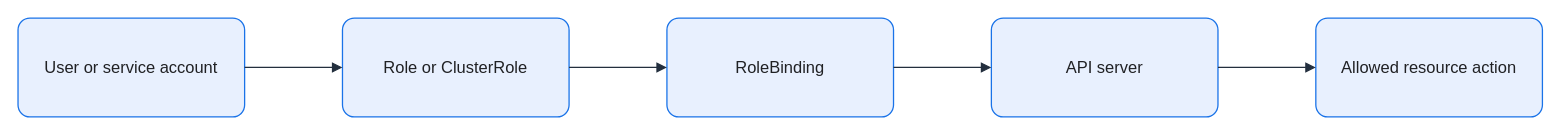
The draw.io diagram assets/img/kubernetes/kubernetes-rbac-binding.drawio in KKamJi98/kkamji98.github.io, before the edit. Source tidied: cells renumbered, new cells numbered last; positions are measured from the earlier drawing's top-left corner, leaving out a move shared by most shapes. Both pictures are drawn from the tidied source at 103%, with x=0, y=0 at pixel (18, 18).
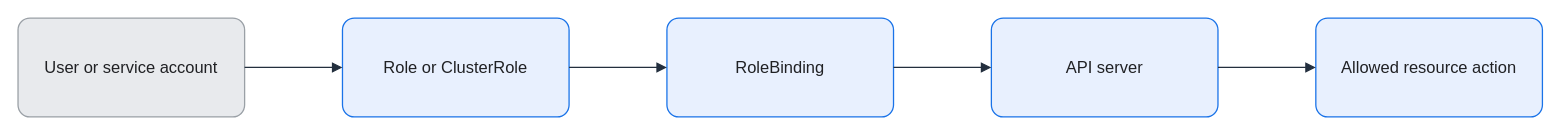
After the change.

The edit, as a diff of the source:
```diff
@@
 <mxGraphModel background="#FFFFFF">
   <root>
     <mxCell id="0" />
     <mxCell id="1" parent="0" />
-    <mxCell id="2" value="User or service account" style="rounded=1;arcSize=12;whiteSpace=wrap;html=0;fillColor=#E8F0FE;strokeColor=#1A73E8;strokeWidth=1.25;fontColor=#202124;fontSize=16;align=center;verticalAlign=middle;spacing=8;shadow=0;" parent="1" vertex="1">
+    <mxCell id="2" value="User or service account" style="rounded=1;arcSize=12;whiteSpace=wrap;html=0;fillColor=#E8EAED;strokeColor=#9AA0A6;strokeWidth=1.25;fontColor=#202124;fontSize=16;align=center;verticalAlign=middle;spacing=8;shadow=0;" parent="1" vertex="1">
       <mxGeometry width="220" height="96" as="geometry" />
     </mxCell>
     <mxCell id="3" value="Role or ClusterRole" style="rounded=1;arcSize=12;whiteSpace=wrap;html=0;fillColor=#E8F0FE;strokeColor=#1A73E8;strokeWidth=1.25;fontColor=#202124;fontSize=16;align=center;verticalAlign=middle;spacing=8;shadow=0;" parent="1" vertex="1">
       <mxGeometry x="315" width="220" height="96" as="geometry" />
     </mxCell>
     <mxCell id="4" value="RoleBinding" style="rounded=1;arcSize=12;whiteSpace=wrap;html=0;fillColor=#E8F0FE;strokeColor=#1A73E8;strokeWidth=1.25;fontColor=#202124;fontSize=16;align=center;verticalAlign=middle;spacing=8;shadow=0;" parent="1" vertex="1">
       <mxGeometry x="630" width="220" height="96" as="geometry" />
     </mxCell>
     <mxCell id="5" value="API server" style="rounded=1;arcSize=12;whiteSpace=wrap;html=0;fillColor=#E8F0FE;strokeColor=#1A73E8;strokeWidth=1.25;fontColor=#202124;fontSize=16;align=center;verticalAlign=middle;spacing=8;shadow=0;" parent="1" vertex="1">
       <mxGeometry x="945" width="220" height="96" as="geometry" />
     </mxCell>
     <mxCell id="6" value="Allowed resource action" style="rounded=1;arcSize=12;whiteSpace=wrap;html=0;fillColor=#E8F0FE;strokeColor=#1A73E8;strokeWidth=1.25;fontColor=#202124;fontSize=16;align=center;verticalAlign=middle;spacing=8;shadow=0;" parent="1" vertex="1">
       <mxGeometry x="1260" width="220" height="96" as="geometry" />
     </mxCell>
     <mxCell id="7" style="edgeStyle=orthogonalEdgeStyle;rounded=0;jettySize=auto;html=0;endArrow=block;endFill=1;strokeColor=#232F3E;strokeWidth=1.25;fontColor=#202124;labelBackgroundColor=none;exitX=1;exitY=0.5;exitDx=0;exitDy=0;entryX=0;entryY=0.5;entryDx=0;entryDy=0;endSize=7;" parent="1" edge="1" source="2" target="3">
       <mxGeometry relative="1" as="geometry" />
     </mxCell>
     <mxCell id="8" style="edgeStyle=orthogonalEdgeStyle;rounded=0;jettySize=auto;html=0;endArrow=block;endFill=1;strokeColor=#232F3E;strokeWidth=1.25;fontColor=#202124;labelBackgroundColor=none;exitX=1;exitY=0.5;exitDx=0;exitDy=0;entryX=0;entryY=0.5;entryDx=0;entryDy=0;endSize=7;" parent="1" edge="1" source="3" target="4">
       <mxGeometry relative="1" as="geometry" />
     </mxCell>
     <mxCell id="9" style="edgeStyle=orthogonalEdgeStyle;rounded=0;jettySize=auto;html=0;endArrow=block;endFill=1;strokeColor=#232F3E;strokeWidth=1.25;fontColor=#202124;labelBackgroundColor=none;exitX=1;exitY=0.5;exitDx=0;exitDy=0;entryX=0;entryY=0.5;entryDx=0;entryDy=0;endSize=7;" parent="1" edge="1" source="4" target="5">
       <mxGeometry relative="1" as="geometry" />
     </mxCell>
     <mxCell id="10" style="edgeStyle=orthogonalEdgeStyle;rounded=0;jettySize=auto;html=0;endArrow=block;endFill=1;strokeColor=#232F3E;strokeWidth=1.25;fontColor=#202124;labelBackgroundColor=none;exitX=1;exitY=0.5;exitDx=0;exitDy=0;entryX=0;entryY=0.5;entryDx=0;entryDy=0;endSize=7;" parent="1" edge="1" source="5" target="6">
       <mxGeometry relative="1" as="geometry" />
     </mxCell>
   </root>
 </mxGraphModel>
```
